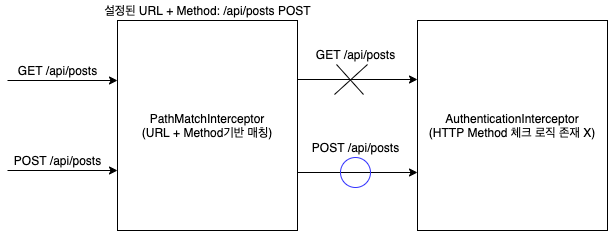
binghe819/TIL keeps this draw.io diagram as Spring/MVC/image/interceptor_with_url_and_method.png. Above is the earlier version. Source tidied: cells renumbered, new cells last; positions are measured from the earlier drawing's top-left corner, leaving out a move shared by most shapes.
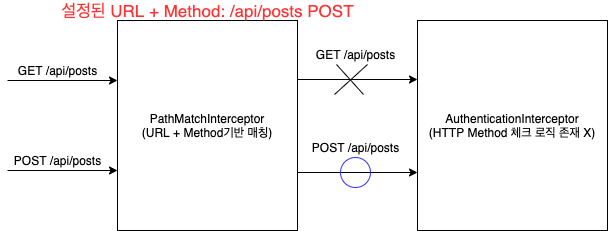
After the change.

The edit, as a diff of the source:
```diff
@@ -35,8 +35,8 @@
     <mxCell id="9" value="POST /api/posts" style="text;html=1;align=center;verticalAlign=middle;strokeColor=none;" parent="1" vertex="1">
       <mxGeometry x="298" y="137" width="100" height="20" as="geometry" />
     </mxCell>
-    <mxCell id="10" value="설정된 URL + Method: /api/posts POST" style="text;html=1;align=center;verticalAlign=middle;strokeColor=none;" parent="1" vertex="1">
-      <mxGeometry x="90" width="220" height="20" as="geometry" />
+    <mxCell id="10" value="&lt;font color=&quot;#ff3333&quot; style=&quot;font-size: 17px&quot;&gt;설정된 URL + Method: /api/posts POST&lt;/font&gt;" style="text;html=1;align=center;verticalAlign=middle;strokeColor=none;" parent="1" vertex="1">
+      <mxGeometry x="45" width="310" height="20" as="geometry" />
     </mxCell>
     <mxCell id="11" style="ellipse;whiteSpace=wrap;html=1;fillColor=none;strokeColor=#3333FF;" parent="1" vertex="1">
       <mxGeometry x="333" y="157" width="30" height="30" as="geometry" />
```
